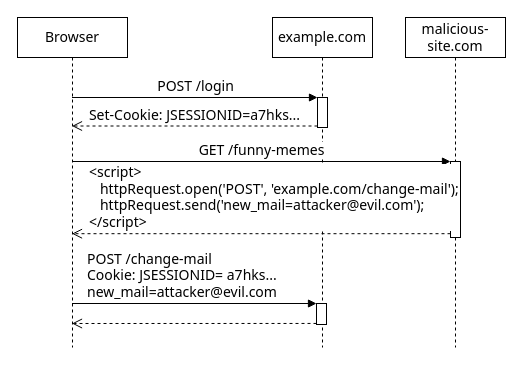
This is content/articles/2021/cross-site-request-forgery-csrf-xsrf-protection-in-quarkus/csrf-attack.drawio from marcelkliemannel/marcelkliemannel.com, a draw.io file, before an edit. Source tidied: cells renumbered, new cells numbered last; positions are measured from the earlier drawing's top-left corner, leaving out a move shared by most shapes. Both pictures are drawn from the tidied source at 100%, with x=0, y=0 at pixel (17, 17).
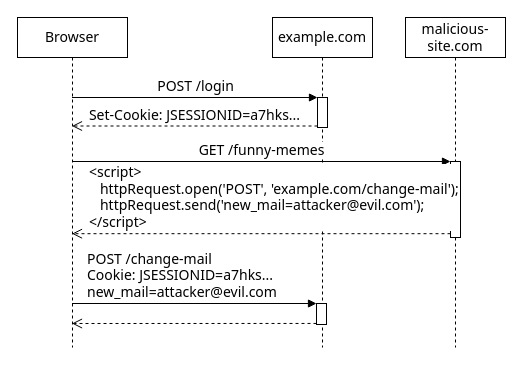
After the change.

What changed in the source:
```diff
@@
 <mxGraphModel>
   <root>
     <mxCell id="0" />
     <mxCell id="1" parent="0" />
     <mxCell id="2" value="Browser" style="shape=umlLifeline;perimeter=lifelinePerimeter;whiteSpace=wrap;html=1;outlineConnect=0;labelBackgroundColor=none;fontSize=14;fontFamily=Tahoma;" parent="1" vertex="1">
       <mxGeometry width="110" height="330" as="geometry" />
     </mxCell>
     <mxCell id="3" value="example.com" style="shape=umlLifeline;perimeter=lifelinePerimeter;whiteSpace=wrap;html=1;fontSize=14;fontFamily=Tahoma;" parent="1" vertex="1">
       <mxGeometry x="255" width="100" height="330" as="geometry" />
     </mxCell>
     <mxCell id="4" style="html=1;points=[];perimeter=orthogonalPerimeter;fontSize=14;fontFamily=Tahoma;" parent="3" vertex="1">
       <mxGeometry x="45" y="80" width="10" height="30" as="geometry" />
     </mxCell>
     <mxCell id="5" style="html=1;points=[];perimeter=orthogonalPerimeter;fontSize=14;fontFamily=Tahoma;" parent="3" vertex="1">
       <mxGeometry x="44" y="286" width="10" height="21" as="geometry" />
     </mxCell>
     <mxCell id="6" value="malicious-site.com" style="shape=umlLifeline;perimeter=lifelinePerimeter;whiteSpace=wrap;html=1;fontSize=14;fontFamily=Tahoma;" parent="1" vertex="1">
       <mxGeometry x="388" width="100" height="330" as="geometry" />
     </mxCell>
     <mxCell id="7" style="html=1;points=[];perimeter=orthogonalPerimeter;fontSize=14;fontFamily=Tahoma;" parent="6" vertex="1">
       <mxGeometry x="45" y="144" width="10" height="76" as="geometry" />
     </mxCell>
     <mxCell id="8" value="POST /login" style="html=1;verticalAlign=bottom;endArrow=block;entryX=0;entryY=0;fontSize=14;fontFamily=Tahoma;" parent="1" edge="1" source="2" target="4">
       <mxGeometry relative="1" as="geometry" />
     </mxCell>
     <mxCell id="9" value="Set-Cookie: JSESSIONID=a7hks..." style="html=1;verticalAlign=bottom;endArrow=open;dashed=1;endSize=8;exitX=0;exitY=0.95;labelBackgroundColor=none;fontSize=14;fontFamily=Tahoma;" parent="1" edge="1" source="4" target="2">
       <mxGeometry relative="1" as="geometry" />
     </mxCell>
     <mxCell id="10" value="GET /funny-memes" style="html=1;verticalAlign=bottom;endArrow=block;entryX=0;entryY=0;fontSize=14;fontFamily=Tahoma;" parent="1" edge="1" source="2" target="7">
       <mxGeometry relative="1" as="geometry" />
     </mxCell>
     <mxCell id="11" value="&amp;lt;script&amp;gt;&lt;br style=&quot;font-size: 14px&quot;&gt;&amp;nbsp; &amp;nbsp;httpRequest.open('POST', 'example.com/change-mail');&lt;br style=&quot;font-size: 14px&quot;&gt;&amp;nbsp; &amp;nbsp;httpRequest.send('new_mail=attacker@evil.com');&lt;br style=&quot;font-size: 14px&quot;&gt;&amp;lt;/script&amp;gt;" style="html=1;verticalAlign=bottom;endArrow=open;dashed=1;endSize=8;exitX=0;exitY=0.95;align=left;labelBackgroundColor=default;fontSize=14;fontFamily=Tahoma;" parent="1" edge="1" source="7" target="2">
       <mxGeometry x="0.92" relative="1" as="geometry" />
     </mxCell>
-    <mxCell id="12" value="POST /change-mail&lt;br style=&quot;font-size: 14px&quot;&gt;Cookie: JSESSIONID=&lt;span style=&quot;text-align: center&quot;&gt;&amp;nbsp;a7hks&lt;/span&gt;...&lt;br style=&quot;font-size: 14px&quot;&gt;&lt;span style=&quot;font-size: 14px&quot;&gt;new_mail=attacker@evil.com&lt;/span&gt;" style="html=1;verticalAlign=bottom;endArrow=block;entryX=0;entryY=0;align=left;labelBackgroundColor=default;fontSize=14;fontFamily=Tahoma;" parent="1" edge="1" target="5">
+    <mxCell id="12" value="POST /change-mail&lt;br style=&quot;font-size: 14px&quot;&gt;Cookie: JSESSIONID=&lt;span style=&quot;text-align: center&quot;&gt;a7hks&lt;/span&gt;...&lt;br style=&quot;font-size: 14px&quot;&gt;&lt;span style=&quot;font-size: 14px&quot;&gt;new_mail=attacker@evil.com&lt;/span&gt;" style="html=1;verticalAlign=bottom;endArrow=block;entryX=0;entryY=0;align=left;labelBackgroundColor=default;fontSize=14;fontFamily=Tahoma;" parent="1" edge="1" target="5">
       <mxGeometry x="-0.89" relative="1" as="geometry">
         <mxPoint x="54.5" y="286" as="sourcePoint" />
       </mxGeometry>
     </mxCell>
     <mxCell id="13" style="html=1;verticalAlign=bottom;endArrow=open;dashed=1;endSize=8;exitX=0;exitY=0.95;fontSize=14;fontFamily=Tahoma;" parent="1" edge="1" source="5">
       <mxGeometry relative="1" as="geometry">
         <mxPoint x="54.5" y="306" as="targetPoint" />
       </mxGeometry>
     </mxCell>
   </root>
 </mxGraphModel>
```
